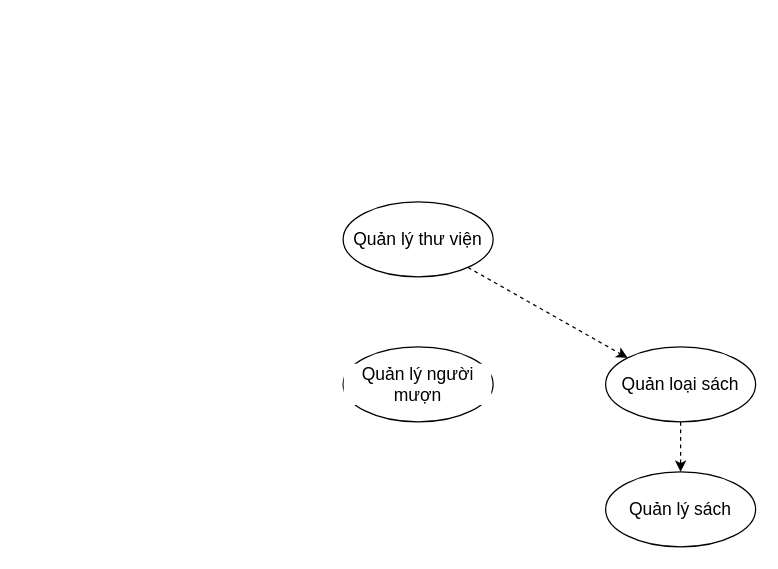
Above: Untitled Diagram.drawio in Ho-Nguyen-Quoc/Du_An_1 (draw.io), before the change. Source tidied: cells renumbered, new cells numbered last; positions are measured from the earlier drawing's top-left corner, leaving out a move shared by most shapes. Both pictures are drawn from the tidied source at 125%, with x=0, y=0 at pixel (342, 201).
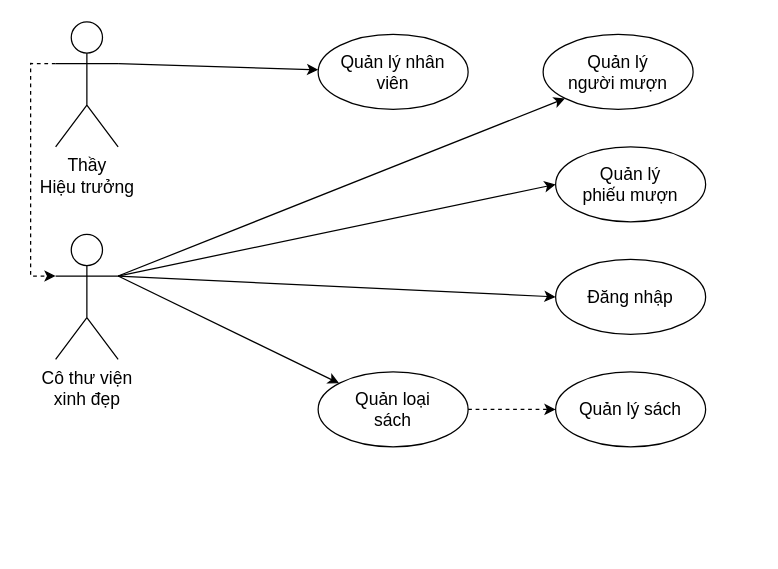
After the change.

The edit, as a diff of the source:
```diff
@@
 <mxGraphModel>
   <root>
     <mxCell id="0" />
     <mxCell id="1" parent="0" />
-    <mxCell id="2" style="rounded=0;jettySize=auto;html=1;entryX=0.5;entryY=0;entryDx=0;entryDy=0;fontSize=14;fontColor=default;dashed=1;strokeColor=default;labelBackgroundColor=default;" parent="1" edge="1" source="3" target="4">
+    <mxCell id="2" style="rounded=0;jettySize=auto;html=1;entryX=0;entryY=0.5;entryDx=0;entryDy=0;fontSize=14;fontColor=default;dashed=1;strokeColor=default;labelBackgroundColor=default;spacing=18;fillColor=default;" parent="1" edge="1" source="3" target="4">
       <mxGeometry relative="1" as="geometry" />
     </mxCell>
-    <mxCell id="3" value="&lt;font style=&quot;font-size: 14px&quot;&gt;Quản loại sách&lt;br&gt;&lt;/font&gt;" style="ellipse;whiteSpace=wrap;html=1;fillColor=default;strokeColor=default;fontColor=default;labelBackgroundColor=default;" parent="1" vertex="1">
-      <mxGeometry x="210" y="116" width="120" height="60" as="geometry" />
+    <mxCell id="3" value="&lt;font style=&quot;font-size: 14px&quot;&gt;Quản loại sách&lt;br&gt;&lt;/font&gt;" style="ellipse;whiteSpace=wrap;html=1;fillColor=default;strokeColor=default;fontColor=default;labelBackgroundColor=default;spacing=18;" parent="1" vertex="1">
+      <mxGeometry x="-20" y="136" width="120" height="60" as="geometry" />
     </mxCell>
-    <mxCell id="4" value="&lt;font style=&quot;font-size: 14px&quot;&gt;Quản lý sách&lt;br&gt;&lt;/font&gt;" style="ellipse;whiteSpace=wrap;html=1;fillColor=default;strokeColor=default;fontColor=default;labelBackgroundColor=default;" parent="1" vertex="1">
-      <mxGeometry x="210" y="216" width="120" height="60" as="geometry" />
+    <mxCell id="4" value="&lt;font style=&quot;font-size: 14px&quot;&gt;Quản lý sách&lt;br&gt;&lt;/font&gt;" style="ellipse;whiteSpace=wrap;html=1;fillColor=default;strokeColor=default;fontColor=default;labelBackgroundColor=default;spacing=18;" parent="1" vertex="1">
+      <mxGeometry x="170" y="136" width="120" height="60" as="geometry" />
     </mxCell>
-    <mxCell id="5" style="edgeStyle=none;rounded=0;jettySize=auto;html=1;entryX=0;entryY=0;entryDx=0;entryDy=0;dashed=1;labelBackgroundColor=default;fontSize=14;fontColor=default;strokeColor=default;" parent="1" edge="1" source="6" target="3">
-      <mxGeometry relative="1" as="geometry" />
-    </mxCell>
-    <mxCell id="6" value="&lt;font style=&quot;font-size: 14px&quot;&gt;Quản lý thư viện&lt;br&gt;&lt;/font&gt;" style="ellipse;whiteSpace=wrap;html=1;fillColor=default;strokeColor=default;fontColor=default;labelBackgroundColor=default;" parent="1" vertex="1">
-      <mxGeometry width="120" height="60" as="geometry" />
-    </mxCell>
-    <mxCell id="7" value="&lt;font style=&quot;font-size: 14px&quot;&gt;Quản lý người mượn&lt;br&gt;&lt;/font&gt;" style="ellipse;whiteSpace=wrap;html=1;fillColor=default;strokeColor=default;fontColor=default;labelBackgroundColor=default;" parent="1" vertex="1">
-      <mxGeometry y="116" width="120" height="60" as="geometry" />
+    <mxCell id="7" value="&lt;font style=&quot;font-size: 14px&quot;&gt;Quản lý người mượn&lt;br&gt;&lt;/font&gt;" style="ellipse;whiteSpace=wrap;html=1;fillColor=default;strokeColor=default;fontColor=default;labelBackgroundColor=default;spacing=18;" parent="1" vertex="1">
+      <mxGeometry x="160" y="-134" width="120" height="60" as="geometry" />
     </mxCell>
+    <mxCell id="8" value="&lt;font style=&quot;font-size: 14px&quot;&gt;Quản lý phiếu mượn&lt;br&gt;&lt;/font&gt;" style="ellipse;whiteSpace=wrap;html=1;fillColor=default;strokeColor=default;fontColor=default;labelBackgroundColor=default;spacing=18;" parent="1" vertex="1">
+      <mxGeometry x="170" y="-44" width="120" height="60" as="geometry" />
+    </mxCell>
+    <mxCell id="9" value="&lt;font style=&quot;font-size: 14px&quot;&gt;Quản lý nhân viên&lt;br&gt;&lt;/font&gt;" style="ellipse;whiteSpace=wrap;html=1;fillColor=default;strokeColor=default;fontColor=default;labelBackgroundColor=default;spacing=18;" parent="1" vertex="1">
+      <mxGeometry x="-20" y="-134" width="120" height="60" as="geometry" />
+    </mxCell>
+    <mxCell id="10" value="&lt;font style=&quot;font-size: 14px&quot;&gt;Đăng nhập&lt;br&gt;&lt;/font&gt;" style="ellipse;whiteSpace=wrap;html=1;fillColor=default;strokeColor=default;fontColor=default;labelBackgroundColor=default;spacing=18;" parent="1" vertex="1">
+      <mxGeometry x="170" y="46" width="120" height="60" as="geometry" />
+    </mxCell>
+    <mxCell id="11" style="edgeStyle=none;rounded=0;jettySize=auto;html=1;exitX=1;exitY=0.3333333333333333;exitDx=0;exitDy=0;exitPerimeter=0;labelBackgroundColor=default;fontSize=14;fontColor=default;strokeColor=default;fillColor=default;" parent="1" edge="1" source="13" target="9">
+      <mxGeometry relative="1" as="geometry" />
+    </mxCell>
+    <mxCell id="12" style="edgeStyle=orthogonalEdgeStyle;rounded=0;jettySize=auto;html=1;entryX=0;entryY=0.3333333333333333;entryDx=0;entryDy=0;entryPerimeter=0;labelBackgroundColor=default;fontSize=14;fontColor=default;strokeColor=default;fillColor=default;exitX=0;exitY=0.3333333333333333;exitDx=0;exitDy=0;exitPerimeter=0;dashed=1;" parent="1" edge="1" source="13" target="18">
+      <mxGeometry relative="1" as="geometry">
+        <Array as="points">
+          <mxPoint x="-250" y="-111" />
+          <mxPoint x="-250" y="59" />
+        </Array>
+      </mxGeometry>
+    </mxCell>
+    <mxCell id="13" value="Thầy&lt;br&gt;Hiệu trưởng" style="shape=umlActor;verticalLabelPosition=bottom;verticalAlign=top;html=1;outlineConnect=0;labelBackgroundColor=default;fontSize=14;fontColor=default;strokeColor=default;fillColor=default;" parent="1" vertex="1">
+      <mxGeometry x="-230" y="-144" width="50" height="100" as="geometry" />
+    </mxCell>
+    <mxCell id="14" style="edgeStyle=none;rounded=0;jettySize=auto;html=1;exitX=1;exitY=0.3333333333333333;exitDx=0;exitDy=0;exitPerimeter=0;entryX=0;entryY=1;entryDx=0;entryDy=0;labelBackgroundColor=default;fontSize=14;fontColor=default;strokeColor=default;fillColor=default;" parent="1" edge="1" source="18" target="7">
+      <mxGeometry relative="1" as="geometry" />
+    </mxCell>
+    <mxCell id="15" style="edgeStyle=none;rounded=0;jettySize=auto;html=1;exitX=1;exitY=0.3333333333333333;exitDx=0;exitDy=0;exitPerimeter=0;entryX=0;entryY=0.5;entryDx=0;entryDy=0;labelBackgroundColor=default;fontSize=14;fontColor=default;strokeColor=default;fillColor=default;" parent="1" edge="1" source="18" target="8">
+      <mxGeometry relative="1" as="geometry" />
+    </mxCell>
+    <mxCell id="16" style="edgeStyle=none;rounded=0;jettySize=auto;html=1;exitX=1;exitY=0.3333333333333333;exitDx=0;exitDy=0;exitPerimeter=0;entryX=0;entryY=0.5;entryDx=0;entryDy=0;labelBackgroundColor=default;fontSize=14;fontColor=default;strokeColor=default;fillColor=default;" parent="1" edge="1" source="18" target="10">
+      <mxGeometry relative="1" as="geometry" />
+    </mxCell>
+    <mxCell id="17" style="edgeStyle=none;rounded=0;jettySize=auto;html=1;exitX=1;exitY=0.3333333333333333;exitDx=0;exitDy=0;exitPerimeter=0;labelBackgroundColor=default;fontSize=14;fontColor=default;strokeColor=default;fillColor=default;" parent="1" edge="1" source="18" target="3">
+      <mxGeometry relative="1" as="geometry" />
+    </mxCell>
+    <mxCell id="18" value="Cô thư viện&lt;br&gt;xinh đẹp" style="shape=umlActor;verticalLabelPosition=bottom;verticalAlign=top;html=1;outlineConnect=0;labelBackgroundColor=default;fontSize=14;fontColor=default;strokeColor=default;fillColor=default;" parent="1" vertex="1">
+      <mxGeometry x="-230" y="26" width="50" height="100" as="geometry" />
+    </mxCell>
   </root>
 </mxGraphModel>
```
